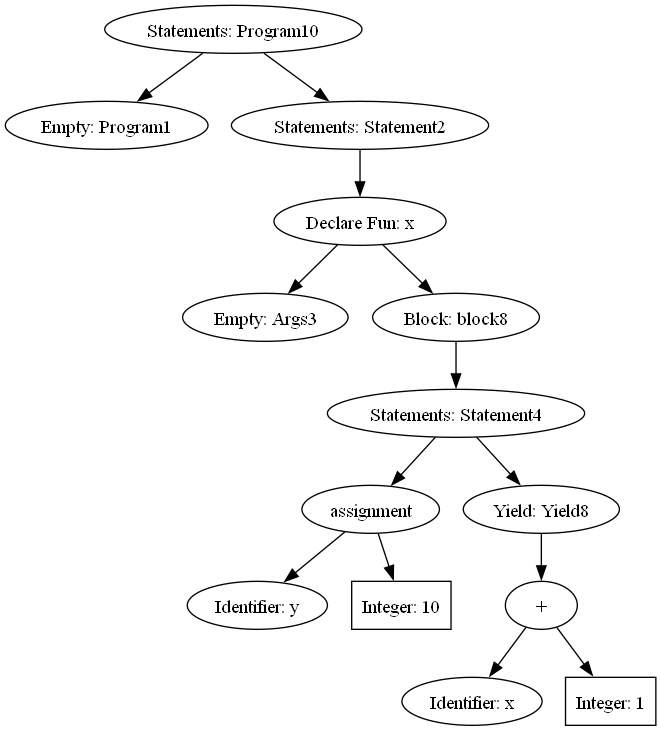
Above: test.png in ironicDude/compiler (Graphviz), before the change. Its source is kept beside it as test.gv.
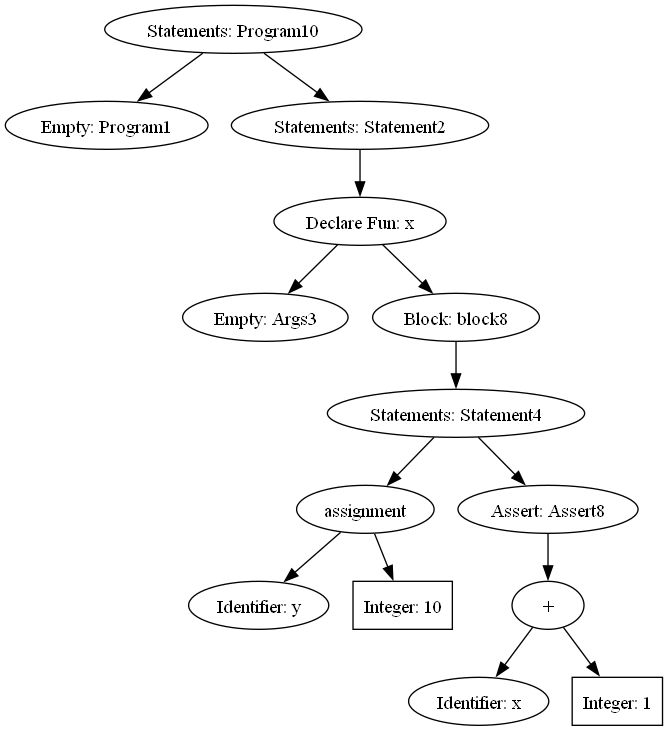
The same diagram one commit later.

Commit message:
Assert statement

The edit, as a diff of the source:
```diff
@@ -18,9 +18,9 @@
 	identifire5 [label="Identifier: y"]
 	assignment6 -> INTEGER2;
 	INTEGER2 [shape=box,label="Integer: 10"]
-	Statement4 -> Yield8;
-	Yield8 [label="Yield: Yield8"]
-	Yield8 -> BinaryExpression_identifire7PLUSINTEGER4;
+	Statement4 -> Assert8;
+	Assert8 [label="Assert: Assert8"]
+	Assert8 -> BinaryExpression_identifire7PLUSINTEGER4;
 	BinaryExpression_identifire7PLUSINTEGER4 [label="+"]
 	BinaryExpression_identifire7PLUSINTEGER4 -> identifire7;
 	identifire7 [label="Identifier: x"]
```
